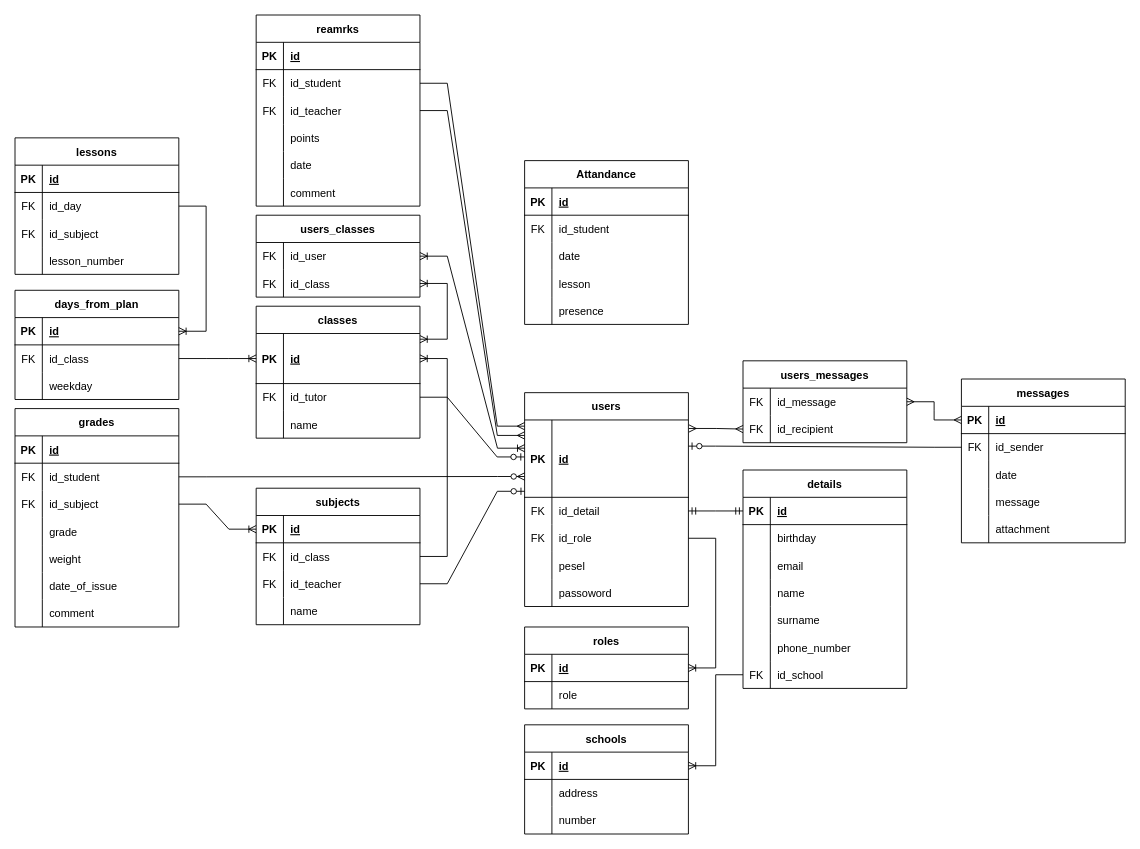
This is Diarium.drawio from Wadowski-Mateusz/WdPAI, a draw.io file, before an edit. Source tidied: cells renumbered, new cells numbered last; positions are measured from the earlier drawing's top-left corner, leaving out a move shared by most shapes. Both pictures are drawn from the tidied source at 91%, with x=0, y=0 at pixel (15, 15).
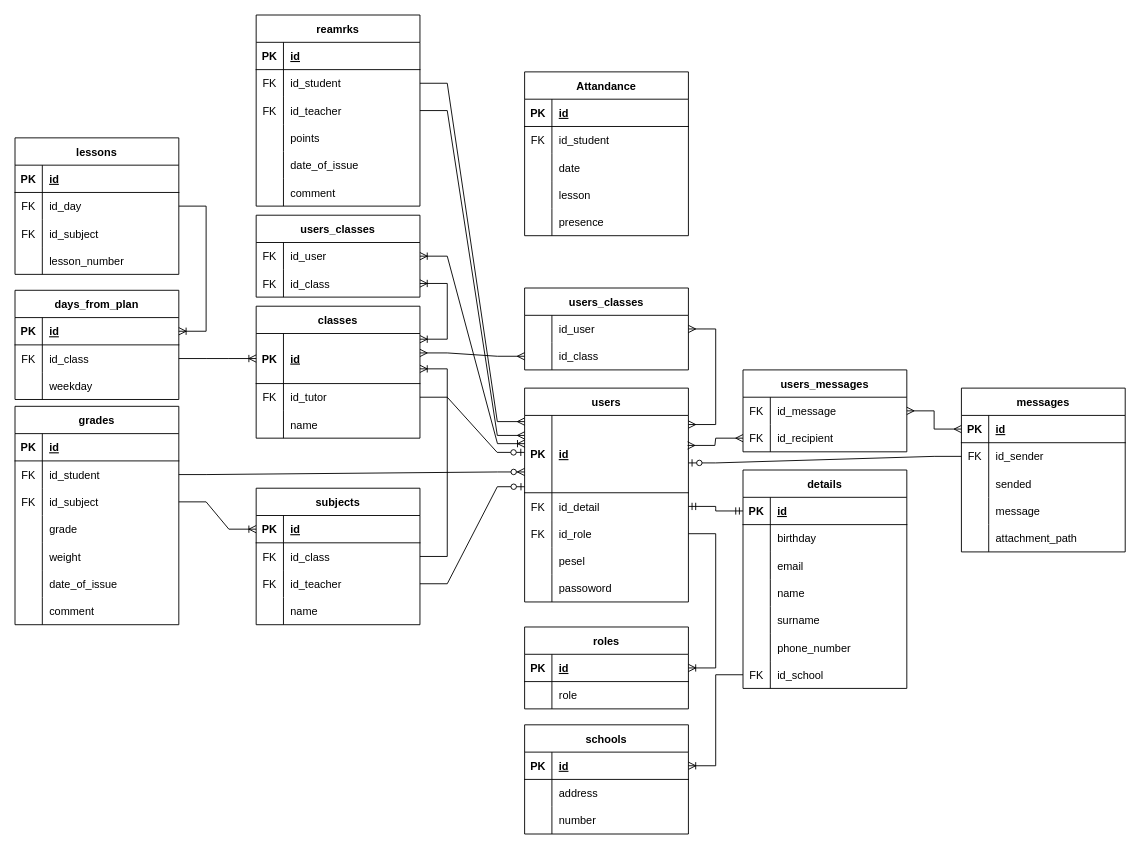
Above is the later version.

The change refers to these unchanged cells:
```xml
<mxCell id="25" style="shape=tableRow;horizontal=0;startSize=0;swimlaneHead=0;swimlaneBody=0;fillColor=none;points=[[0,0.5],[1,0.5]];portConstraint=eastwest;top=0;left=0;right=0;bottom=1;rounded=0;labelBackgroundColor=none;" parent="24" vertex="1">
  <mxGeometry y="30" width="180" height="55" as="geometry" />
</mxCell>
<mxCell id="48" style="shape=tableRow;horizontal=0;startSize=0;swimlaneHead=0;swimlaneBody=0;fillColor=none;points=[[0,0.5],[1,0.5]];portConstraint=eastwest;top=0;left=0;right=0;bottom=0;rounded=0;labelBackgroundColor=none;" parent="44" vertex="1">
  <mxGeometry y="60" width="180" height="30" as="geometry" />
</mxCell>
<mxCell id="70" style="shape=tableRow;horizontal=0;startSize=0;swimlaneHead=0;swimlaneBody=0;fillColor=none;top=0;left=0;right=0;bottom=0;rounded=0;labelBackgroundColor=none;" parent="57" vertex="1">
  <mxGeometry y="150" width="180" height="30" as="geometry" />
</mxCell>
<mxCell id="80" style="shape=tableRow;horizontal=0;startSize=0;swimlaneHead=0;swimlaneBody=0;fillColor=none;points=[[0,0.5],[1,0.5]];portConstraint=eastwest;top=0;left=0;right=0;bottom=0;rounded=0;labelBackgroundColor=none;" parent="76" vertex="1">
  <mxGeometry y="60" width="180" height="30" as="geometry" />
</mxCell>
<mxCell id="83" style="shape=tableRow;horizontal=0;startSize=0;swimlaneHead=0;swimlaneBody=0;fillColor=none;top=0;left=0;right=0;bottom=0;rounded=0;labelBackgroundColor=none;" parent="76" vertex="1">
  <mxGeometry y="90" width="180" height="30" as="geometry" />
</mxCell>
<mxCell id="89" style="shape=tableRow;horizontal=0;startSize=0;swimlaneHead=0;swimlaneBody=0;fillColor=none;top=0;left=0;right=0;bottom=0;rounded=0;labelBackgroundColor=none;" parent="76" vertex="1">
  <mxGeometry y="150" width="180" height="30" as="geometry" />
</mxCell>
<mxCell id="123" style="shape=tableRow;horizontal=0;startSize=0;swimlaneHead=0;swimlaneBody=0;fillColor=none;points=[[0,0.5],[1,0.5]];portConstraint=eastwest;top=0;left=0;right=0;bottom=1;rounded=0;labelBackgroundColor=none;" parent="122" vertex="1">
  <mxGeometry y="30" width="180" height="85" as="geometry" />
</mxCell>
<mxCell id="199" style="shape=tableRow;horizontal=0;startSize=0;swimlaneHead=0;swimlaneBody=0;fillColor=none;points=[[0,0.5],[1,0.5]];portConstraint=eastwest;top=0;left=0;right=0;bottom=0;rounded=0;labelBackgroundColor=none;" parent="195" vertex="1">
  <mxGeometry y="60" width="180" height="30" as="geometry" />
</mxCell>
```

What changed in the source:
```diff
@@
     <mxCell id="2" value="grades" style="shape=table;startSize=30;childLayout=tableLayout;rowLines=0;fontStyle=1;align=center;rounded=0;labelBackgroundColor=none;" parent="1" vertex="1">
-      <mxGeometry y="432.5" width="180" height="240" as="geometry" />
+      <mxGeometry y="430" width="180" height="240" as="geometry" />
     </mxCell>
@@
-    <mxCell id="72" value="date" style="shape=partialRectangle;fillColor=none;top=0;left=0;bottom=0;right=0;align=left;spacingLeft=6;overflow=hidden;rounded=0;labelBackgroundColor=none;" parent="70" vertex="1">
+    <mxCell id="72" value="date_of_issue" style="shape=partialRectangle;fillColor=none;top=0;left=0;bottom=0;right=0;align=left;spacingLeft=6;overflow=hidden;rounded=0;labelBackgroundColor=none;" parent="70" vertex="1">
       <mxGeometry x="30" width="150" height="30" as="geometry" />
     </mxCell>
@@
     <mxCell id="76" value="messages" style="shape=table;startSize=30;childLayout=tableLayout;rowLines=0;fontStyle=1;align=center;rounded=0;labelBackgroundColor=none;" parent="1" vertex="1">
-      <mxGeometry x="1040" y="400" width="180" height="180" as="geometry" />
+      <mxGeometry x="1040" y="410" width="180" height="180" as="geometry" />
     </mxCell>
@@
-    <mxCell id="85" value="date" style="shape=partialRectangle;fillColor=none;top=0;left=0;bottom=0;right=0;align=left;spacingLeft=6;overflow=hidden;rounded=0;labelBackgroundColor=none;" parent="83" vertex="1">
+    <mxCell id="85" value="sended" style="shape=partialRectangle;fillColor=none;top=0;left=0;bottom=0;right=0;align=left;spacingLeft=6;overflow=hidden;rounded=0;labelBackgroundColor=none;" parent="83" vertex="1">
       <mxGeometry x="30" width="150" height="30" as="geometry" />
     </mxCell>
@@
-    <mxCell id="91" value="attachment" style="shape=partialRectangle;fillColor=none;top=0;left=0;bottom=0;right=0;align=left;spacingLeft=6;overflow=hidden;rounded=0;labelBackgroundColor=none;" parent="89" vertex="1">
+    <mxCell id="91" value="attachment_path" style="shape=partialRectangle;fillColor=none;top=0;left=0;bottom=0;right=0;align=left;spacingLeft=6;overflow=hidden;rounded=0;labelBackgroundColor=none;" parent="89" vertex="1">
       <mxGeometry x="30" width="150" height="30" as="geometry" />
     </mxCell>
@@
     <mxCell id="122" value="users" style="shape=table;startSize=30;childLayout=tableLayout;rowLines=0;fontStyle=1;align=center;rounded=0;labelBackgroundColor=none;" parent="1" vertex="1">
-      <mxGeometry x="560" y="415" width="180" height="235" as="geometry" />
+      <mxGeometry x="560" y="410" width="180" height="235" as="geometry" />
     </mxCell>
@@
     <mxCell id="160" value="Attandance" style="shape=table;startSize=30;childLayout=tableLayout;rowLines=0;fontStyle=1;align=center;rounded=0;labelBackgroundColor=none;" parent="1" vertex="1">
-      <mxGeometry x="560" y="160" width="180" height="180" as="geometry" />
+      <mxGeometry x="560" y="62.5" width="180" height="180" as="geometry" />
     </mxCell>
@@
-    <mxCell id="170" style="shape=tableRow;horizontal=0;startSize=0;swimlaneHead=0;swimlaneBody=0;fillColor=none;top=0;left=0;right=0;bottom=0;" parent="160" vertex="1">
+    <mxCell id="170" style="shape=tableRow;horizontal=0;startSize=0;swimlaneHead=0;swimlaneBody=0;fillColor=none;top=0;left=0;right=0;bottom=0;rounded=0;" parent="160" vertex="1">
       <mxGeometry y="120" width="180" height="30" as="geometry" />
     </mxCell>
-    <mxCell id="171" style="shape=partialRectangle;fillColor=none;top=0;left=0;bottom=0;right=0;overflow=hidden;" parent="170" vertex="1">
+    <mxCell id="171" style="shape=partialRectangle;fillColor=none;top=0;left=0;bottom=0;right=0;overflow=hidden;rounded=0;" parent="170" vertex="1">
       <mxGeometry width="30" height="30" as="geometry" />
     </mxCell>
-    <mxCell id="172" value="lesson" style="shape=partialRectangle;fillColor=none;top=0;left=0;bottom=0;right=0;align=left;spacingLeft=6;overflow=hidden;" parent="170" vertex="1">
+    <mxCell id="172" value="lesson" style="shape=partialRectangle;fillColor=none;top=0;left=0;bottom=0;right=0;align=left;spacingLeft=6;overflow=hidden;rounded=0;" parent="170" vertex="1">
       <mxGeometry x="30" width="150" height="30" as="geometry" />
     </mxCell>
-    <mxCell id="173" style="shape=tableRow;horizontal=0;startSize=0;swimlaneHead=0;swimlaneBody=0;fillColor=none;top=0;left=0;right=0;bottom=0;" parent="160" vertex="1">
+    <mxCell id="173" style="shape=tableRow;horizontal=0;startSize=0;swimlaneHead=0;swimlaneBody=0;fillColor=none;top=0;left=0;right=0;bottom=0;rounded=0;" parent="160" vertex="1">
       <mxGeometry y="150" width="180" height="30" as="geometry" />
     </mxCell>
-    <mxCell id="174" style="shape=partialRectangle;fillColor=none;top=0;left=0;bottom=0;right=0;overflow=hidden;" parent="173" vertex="1">
+    <mxCell id="174" style="shape=partialRectangle;fillColor=none;top=0;left=0;bottom=0;right=0;overflow=hidden;rounded=0;" parent="173" vertex="1">
       <mxGeometry width="30" height="30" as="geometry" />
     </mxCell>
-    <mxCell id="175" value="presence" style="shape=partialRectangle;fillColor=none;top=0;left=0;bottom=0;right=0;align=left;spacingLeft=6;overflow=hidden;" parent="173" vertex="1">
+    <mxCell id="175" value="presence" style="shape=partialRectangle;fillColor=none;top=0;left=0;bottom=0;right=0;align=left;spacingLeft=6;overflow=hidden;rounded=0;" parent="173" vertex="1">
       <mxGeometry x="30" width="150" height="30" as="geometry" />
     </mxCell>
@@
-    <mxCell id="192" style="edgeStyle=entityRelationEdgeStyle;fontSize=12;html=1;endArrow=ERoneToMany;rounded=0;exitX=1;exitY=0.5;exitDx=0;exitDy=0;entryX=1;entryY=0.5;entryDx=0;entryDy=0;labelBackgroundColor=none;fontColor=default;" parent="1" edge="1" source="48" target="25">
+    <mxCell id="192" style="edgeStyle=entityRelationEdgeStyle;fontSize=12;html=1;endArrow=ERoneToMany;rounded=0;exitX=1;exitY=0.5;exitDx=0;exitDy=0;entryX=1;entryY=0.706;entryDx=0;entryDy=0;labelBackgroundColor=none;fontColor=default;entryPerimeter=0;" parent="1" edge="1" source="48" target="25">
       <mxGeometry relative="1" as="geometry" />
     </mxCell>
@@
     <mxCell id="195" value="users_messages" style="shape=table;startSize=30;childLayout=tableLayout;rowLines=0;fontStyle=1;align=center;rounded=0;labelBackgroundColor=none;" parent="1" vertex="1">
-      <mxGeometry x="800" y="380" width="180" height="90" as="geometry" />
+      <mxGeometry x="800" y="390" width="180" height="90" as="geometry" />
     </mxCell>
@@
-    <mxCell id="202" style="edgeStyle=entityRelationEdgeStyle;fontSize=12;html=1;endArrow=ERmany;startArrow=ERmany;rounded=0;exitX=1.003;exitY=0.11;exitDx=0;exitDy=0;exitPerimeter=0;entryX=0;entryY=0.5;entryDx=0;entryDy=0;labelBackgroundColor=none;fontColor=default;" parent="1" edge="1" source="123" target="199">
+    <mxCell id="202" style="edgeStyle=entityRelationEdgeStyle;fontSize=12;html=1;endArrow=ERmany;startArrow=ERmany;rounded=0;exitX=0.995;exitY=0.388;exitDx=0;exitDy=0;exitPerimeter=0;entryX=0;entryY=0.5;entryDx=0;entryDy=0;labelBackgroundColor=none;fontColor=default;" parent="1" edge="1" source="123" target="199">
       <mxGeometry relative="1" as="geometry" />
     </mxCell>
-    <mxCell id="203" style="edgeStyle=entityRelationEdgeStyle;fontSize=12;html=1;endArrow=ERzeroToOne;endFill=1;rounded=0;entryX=1;entryY=0.25;entryDx=0;entryDy=0;exitX=0;exitY=0.5;exitDx=0;exitDy=0;labelBackgroundColor=none;fontColor=default;" parent="1" edge="1" source="80" target="122">
+    <mxCell id="203" style="edgeStyle=entityRelationEdgeStyle;fontSize=12;html=1;endArrow=ERzeroToOne;endFill=1;rounded=0;entryX=1;entryY=0.614;entryDx=0;entryDy=0;exitX=0;exitY=0.5;exitDx=0;exitDy=0;labelBackgroundColor=none;fontColor=default;entryPerimeter=0;" parent="1" edge="1" source="80" target="123">
       <mxGeometry relative="1" as="geometry" />
     </mxCell>
@@
+    <mxCell id="207" value="users_classes" style="shape=table;startSize=30;childLayout=tableLayout;rowLines=0;fontStyle=1;align=center;rounded=0;" parent="1" vertex="1">
+      <mxGeometry x="560" y="300" width="180" height="90" as="geometry" />
+    </mxCell>
+    <mxCell id="208" style="shape=tableRow;horizontal=0;startSize=0;swimlaneHead=0;swimlaneBody=0;fillColor=none;points=[[0,0.5],[1,0.5]];portConstraint=eastwest;top=0;left=0;right=0;bottom=0;rounded=0;" parent="207" vertex="1">
+      <mxGeometry y="30" width="180" height="30" as="geometry" />
+    </mxCell>
+    <mxCell id="209" style="shape=partialRectangle;fillColor=none;top=0;left=0;bottom=0;right=0;overflow=hidden;rounded=0;" parent="208" vertex="1">
+      <mxGeometry width="30" height="30" as="geometry" />
+    </mxCell>
+    <mxCell id="210" value="id_user" style="shape=partialRectangle;fillColor=none;top=0;left=0;bottom=0;right=0;align=left;spacingLeft=6;overflow=hidden;rounded=0;" parent="208" vertex="1">
+      <mxGeometry x="30" width="150" height="30" as="geometry" />
+    </mxCell>
+    <mxCell id="211" style="shape=tableRow;horizontal=0;startSize=0;swimlaneHead=0;swimlaneBody=0;fillColor=none;points=[[0,0.5],[1,0.5]];portConstraint=eastwest;top=0;left=0;right=0;bottom=0;rounded=0;" parent="207" vertex="1">
+      <mxGeometry y="60" width="180" height="30" as="geometry" />
+    </mxCell>
+    <mxCell id="212" style="shape=partialRectangle;fillColor=none;top=0;left=0;bottom=0;right=0;overflow=hidden;rounded=0;" parent="211" vertex="1">
+      <mxGeometry width="30" height="30" as="geometry" />
+    </mxCell>
+    <mxCell id="213" value="id_class" style="shape=partialRectangle;fillColor=none;top=0;left=0;bottom=0;right=0;align=left;spacingLeft=6;overflow=hidden;rounded=0;" parent="211" vertex="1">
+      <mxGeometry x="30" width="150" height="30" as="geometry" />
+    </mxCell>
+    <mxCell id="214" style="edgeStyle=entityRelationEdgeStyle;fontSize=12;html=1;endArrow=ERmany;startArrow=ERmany;entryX=1;entryY=0.5;entryDx=0;entryDy=0;rounded=0;exitX=1;exitY=0.118;exitDx=0;exitDy=0;exitPerimeter=0;" parent="1" edge="1" source="123" target="208">
+      <mxGeometry relative="1" as="geometry" />
+    </mxCell>
+    <mxCell id="215" style="edgeStyle=entityRelationEdgeStyle;fontSize=12;html=1;endArrow=ERmany;startArrow=ERmany;exitX=1;exitY=0.388;exitDx=0;exitDy=0;exitPerimeter=0;entryX=0;entryY=0.5;entryDx=0;entryDy=0;rounded=0;" parent="1" edge="1" source="25" target="211">
+      <mxGeometry relative="1" as="geometry" />
+    </mxCell>
```
